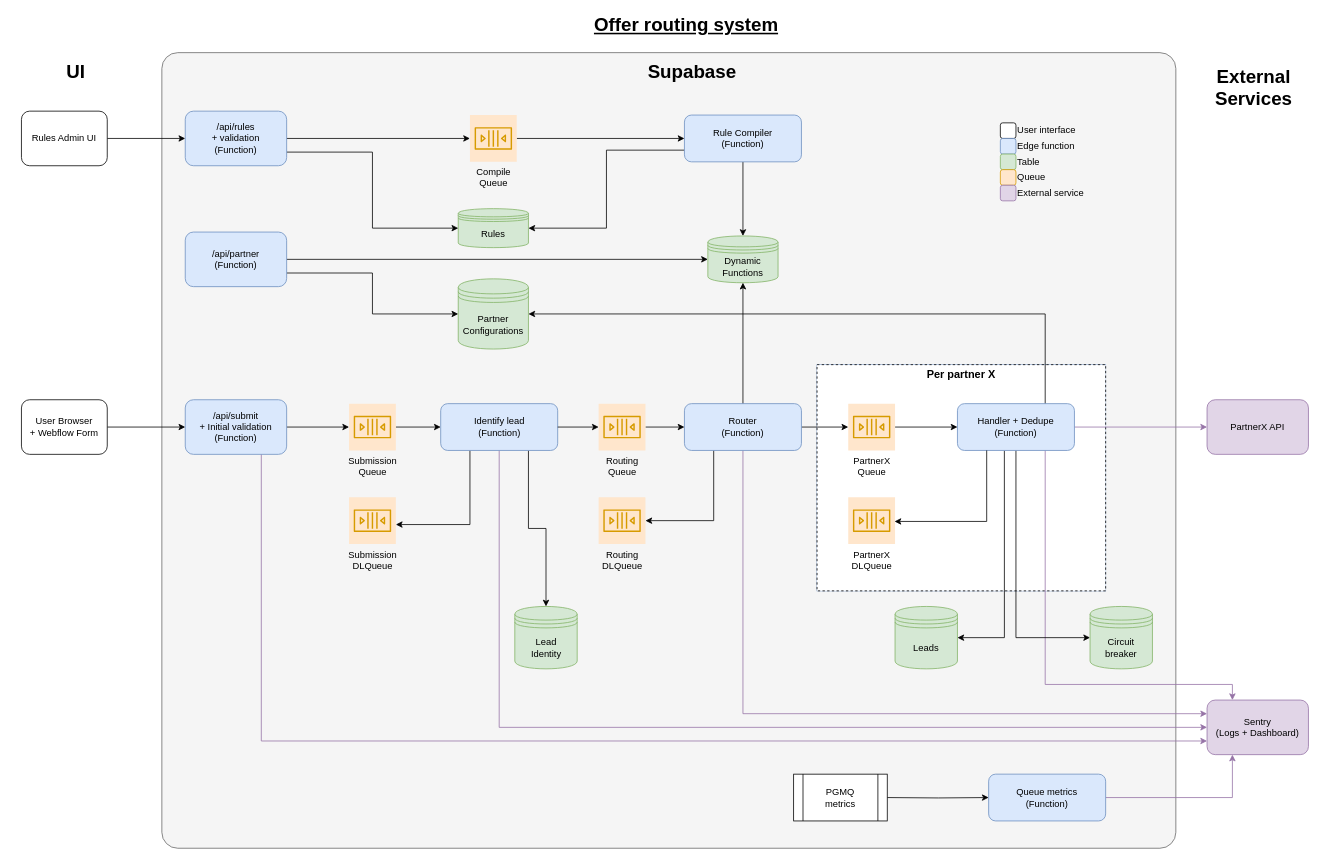
Above: design.drawio in SamuelHerrera/offer-routing-system (draw.io), before the change. Source tidied: cells renumbered, new cells numbered last; positions are measured from the earlier drawing's top-left corner, leaving out a move shared by most shapes. Both pictures are drawn from the tidied source at 78%, with x=0, y=0 at pixel (13, 13).
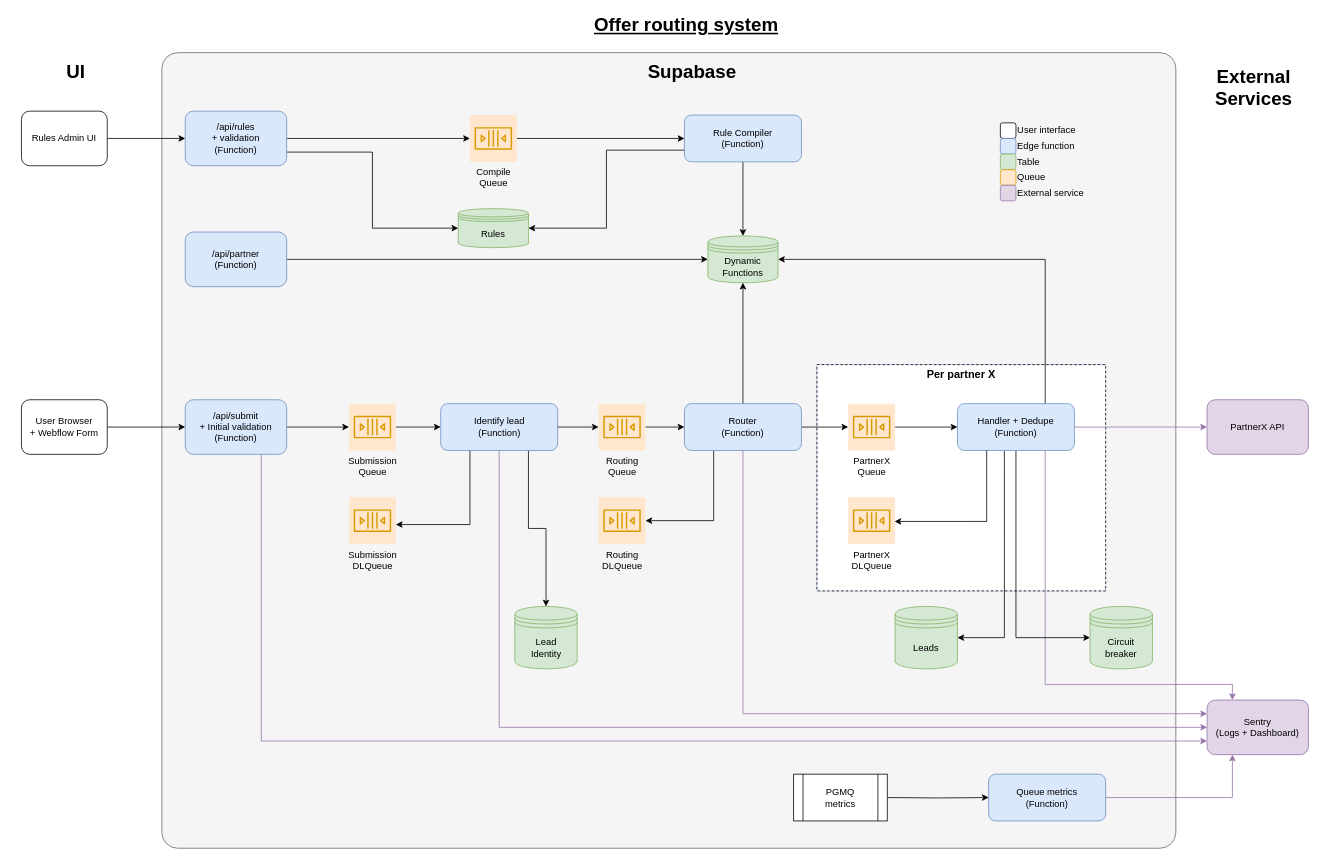
After the change.

Unchanged cells that the change refers to:
```xml
<mxCell id="31" value="Dynamic&lt;div&gt;Functions&lt;/div&gt;" style="shape=datastore;whiteSpace=wrap;html=1;fontSize=12;fillColor=#d5e8d4;strokeColor=#82b366;" parent="1" vertex="1">
  <mxGeometry x="890" y="285" width="90" height="60" as="geometry" />
</mxCell>
<mxCell id="43" value="Handler + Dedupe&lt;br&gt;&lt;div&gt;(Function)&lt;/div&gt;" style="rounded=1;whiteSpace=wrap;html=1;fillColor=#dae8fc;strokeColor=#6c8ebf;" parent="1" vertex="1">
  <mxGeometry x="1210" y="500" width="150" height="60" as="geometry" />
</mxCell>
<mxCell id="66" value="/api/partner&lt;div&gt;&lt;div&gt;(Function)&lt;/div&gt;&lt;/div&gt;" style="rounded=1;whiteSpace=wrap;html=1;fontSize=12;fillColor=#dae8fc;strokeColor=#6c8ebf;" parent="1" vertex="1">
  <mxGeometry x="220" y="280" width="130" height="70" as="geometry" />
</mxCell>
```

Diff of the diagram source:
```diff
@@
-    <mxCell id="27" style="edgeStyle=orthogonalEdgeStyle;rounded=0;jettySize=auto;html=1;exitX=1;exitY=0.75;exitDx=0;exitDy=0;entryX=0;entryY=0.5;entryDx=0;entryDy=0;" parent="1" edge="1" source="66" target="63">
-      <mxGeometry relative="1" as="geometry" />
-    </mxCell>
@@
-    <mxCell id="42" style="edgeStyle=orthogonalEdgeStyle;rounded=0;jettySize=auto;html=1;exitX=0.75;exitY=0;exitDx=0;exitDy=0;entryX=1;entryY=0.5;entryDx=0;entryDy=0;" parent="1" edge="1" source="43" target="63">
-      <mxGeometry relative="1" as="geometry" />
-    </mxCell>
+    <mxCell id="83" style="edgeStyle=orthogonalEdgeStyle;rounded=0;jettySize=auto;html=1;exitX=0.75;exitY=0;exitDx=0;exitDy=0;entryX=1;entryY=0.5;entryDx=0;entryDy=0;" parent="1" edge="1" source="43" target="31">
+      <mxGeometry relative="1" as="geometry" />
+    </mxCell>
@@
-    <mxCell id="63" value="Partner&lt;div&gt;Configurations&lt;/div&gt;" style="shape=datastore;whiteSpace=wrap;html=1;fontSize=12;fillColor=#d5e8d4;strokeColor=#82b366;" parent="1" vertex="1">
-      <mxGeometry x="570" y="340" width="90" height="90" as="geometry" />
-    </mxCell>
```
